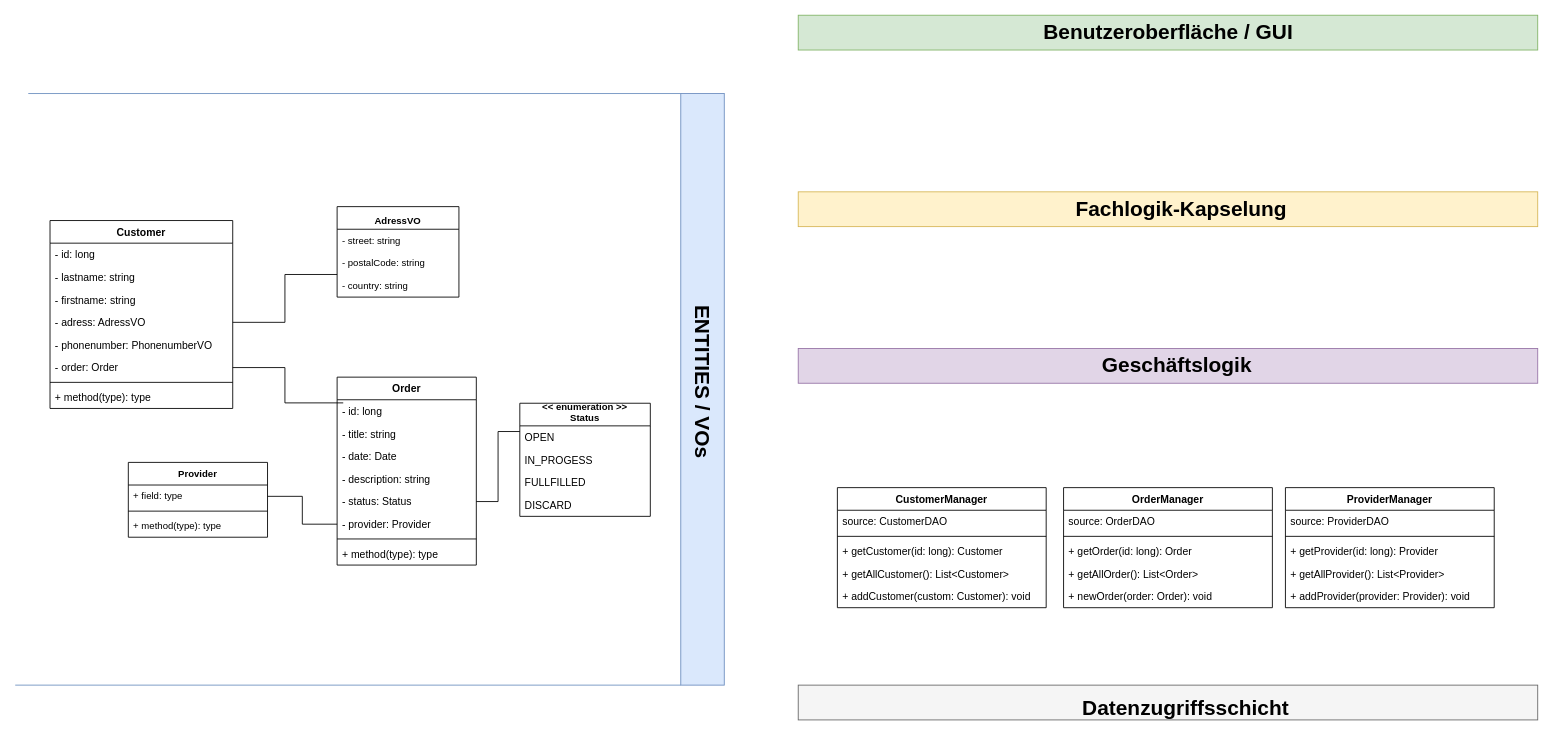
gl0bix/de.itconsult24 keeps this draw.io diagram as UML_DIA.drawio. Above is the earlier version. Source tidied: cells renumbered, new cells numbered last; positions are measured from the earlier drawing's top-left corner, leaving out a move shared by most shapes. Both pictures are drawn from the tidied source at 87%, with x=0, y=0 at pixel (15, 15).
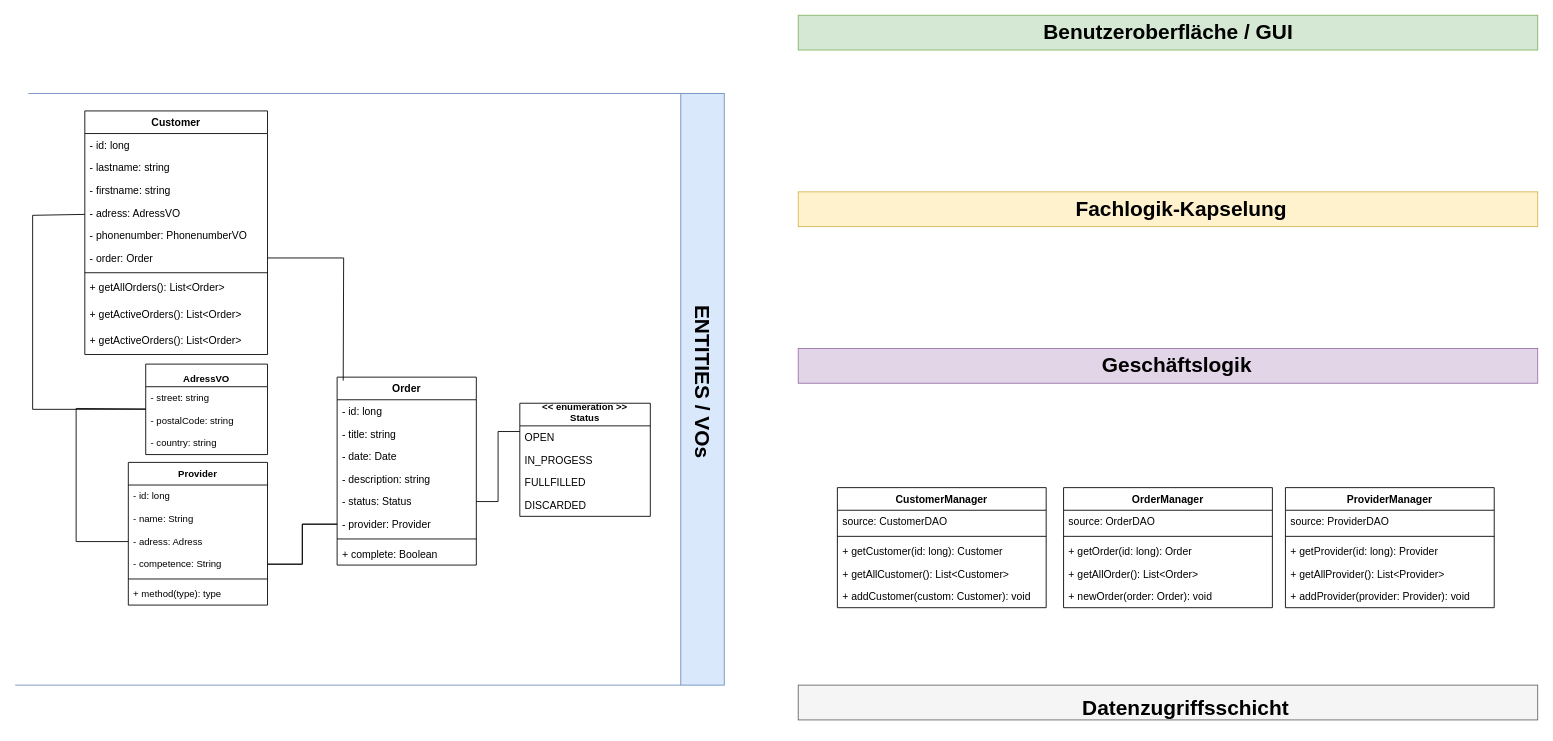
After the change.

Unchanged cells that the change refers to:
```xml
<mxCell id="7" value="- adress: AdressVO" style="text;strokeColor=none;fillColor=none;align=left;verticalAlign=top;spacingLeft=4;spacingRight=4;overflow=hidden;points=[[0,0.5],[1,0.5]];portConstraint=eastwest;" parent="3" vertex="1">
  <mxGeometry y="104" width="210" height="26" as="geometry" />
</mxCell>
<mxCell id="9" value="- order: Order&#10;&#10;&#10;" style="text;strokeColor=none;fillColor=none;align=left;verticalAlign=top;spacingLeft=4;spacingRight=4;overflow=hidden;points=[[0,0.5],[1,0.5]];portConstraint=eastwest;" parent="3" vertex="1">
  <mxGeometry y="156" width="210" height="26" as="geometry" />
</mxCell>
<mxCell id="12" value="Order" style="swimlane;fontStyle=1;align=center;verticalAlign=top;horizontal=1;startSize=26;" parent="1" vertex="1">
  <mxGeometry x="370" y="416" width="160" height="216" as="geometry" />
</mxCell>
<mxCell id="18" value="- provider: Provider" style="text;strokeColor=none;fillColor=none;align=left;verticalAlign=top;spacingLeft=4;spacingRight=4;overflow=hidden;points=[[0,0.5],[1,0.5]];portConstraint=eastwest;" parent="12" vertex="1">
  <mxGeometry y="156" width="160" height="26" as="geometry" />
</mxCell>
<mxCell id="21" value="&lt;&lt; enumeration &gt;&gt;&#10;Status" style="swimlane;fontStyle=1;horizontal=1;startSize=26;fillColor=none;verticalAlign=bottom;fontSize=11;" parent="1" vertex="1">
  <mxGeometry x="580" y="446" width="150" height="130" as="geometry" />
</mxCell>
```

Change to the diagram source:
```diff
@@
     <mxCell id="3" value="Customer" style="swimlane;fontStyle=1;align=center;verticalAlign=top;horizontal=1;startSize=26;" parent="1" vertex="1">
-      <mxGeometry x="40" y="236" width="210" height="216" as="geometry" />
+      <mxGeometry x="80" y="110" width="210" height="280" as="geometry" />
     </mxCell>
@@
-    <mxCell id="11" value="+ method(type): type" style="text;strokeColor=none;fillColor=none;align=left;verticalAlign=top;spacingLeft=4;spacingRight=4;overflow=hidden;" parent="3" vertex="1">
-      <mxGeometry y="190" width="210" height="26" as="geometry" />
+    <mxCell id="11" value="+ getAllOrders(): List&lt;Order&gt;&#10;" style="text;strokeColor=none;fillColor=none;align=left;verticalAlign=top;spacingLeft=4;spacingRight=4;overflow=hidden;" parent="3" vertex="1">
+      <mxGeometry y="190" width="210" height="30" as="geometry" />
     </mxCell>
+    <mxCell id="67" value="+ getActiveOrders(): List&lt;Order&gt;" style="text;strokeColor=none;fillColor=none;align=left;verticalAlign=top;spacingLeft=4;spacingRight=4;overflow=hidden;" parent="3" vertex="1">
+      <mxGeometry y="220" width="210" height="30" as="geometry" />
+    </mxCell>
+    <mxCell id="68" value="+ getActiveOrders(): List&lt;Order&gt;" style="text;strokeColor=none;fillColor=none;align=left;verticalAlign=top;spacingLeft=4;spacingRight=4;overflow=hidden;" parent="3" vertex="1">
+      <mxGeometry y="250" width="210" height="30" as="geometry" />
+    </mxCell>
@@
-    <mxCell id="20" value="+ method(type): type" style="text;strokeColor=none;fillColor=none;align=left;verticalAlign=top;spacingLeft=4;spacingRight=4;overflow=hidden;" parent="12" vertex="1">
+    <mxCell id="20" value="+ complete: Boolean" style="text;strokeColor=none;fillColor=none;align=left;verticalAlign=top;spacingLeft=4;spacingRight=4;overflow=hidden;" parent="12" vertex="1">
       <mxGeometry y="190" width="160" height="26" as="geometry" />
     </mxCell>
@@
-    <mxCell id="25" value="DISCARD" style="text;strokeColor=none;fillColor=none;align=left;verticalAlign=top;spacingLeft=4;spacingRight=4;overflow=hidden;" parent="21" vertex="1">
+    <mxCell id="25" value="DISCARDED" style="text;strokeColor=none;fillColor=none;align=left;verticalAlign=top;spacingLeft=4;spacingRight=4;overflow=hidden;" parent="21" vertex="1">
       <mxGeometry y="104" width="150" height="26" as="geometry" />
     </mxCell>
@@
-    <mxCell id="27" style="edgeStyle=orthogonalEdgeStyle;rounded=0;jettySize=auto;html=1;exitX=1;exitY=0.5;exitDx=0;exitDy=0;endArrow=none;endFill=0;strokeColor=default;entryX=0.044;entryY=0.137;entryDx=0;entryDy=0;entryPerimeter=0;" parent="1" edge="1" source="9" target="12">
-      <mxGeometry relative="1" as="geometry" />
+    <mxCell id="27" style="edgeStyle=orthogonalEdgeStyle;rounded=0;jettySize=auto;html=1;exitX=1;exitY=0.5;exitDx=0;exitDy=0;endArrow=none;endFill=0;strokeColor=default;" parent="1" edge="1" source="9">
+      <mxGeometry relative="1" as="geometry">
+        <mxPoint x="377" y="420" as="targetPoint" />
+      </mxGeometry>
     </mxCell>
     <mxCell id="28" value="AdressVO" style="swimlane;fontStyle=1;horizontal=1;startSize=26;fillColor=none;fontSize=11;verticalAlign=bottom;" parent="1" vertex="1">
-      <mxGeometry x="370" y="220" width="140" height="104" as="geometry" />
+      <mxGeometry x="150" y="401" width="140" height="104" as="geometry" />
     </mxCell>
@@
-    <mxCell id="32" style="edgeStyle=orthogonalEdgeStyle;rounded=0;jettySize=auto;html=1;exitX=1;exitY=0.5;exitDx=0;exitDy=0;entryX=0;entryY=0.75;entryDx=0;entryDy=0;fontSize=11;endArrow=none;endFill=0;strokeColor=default;" parent="1" edge="1" source="7" target="28">
-      <mxGeometry relative="1" as="geometry" />
-    </mxCell>
     <mxCell id="33" value="Provider" style="swimlane;fontStyle=1;align=center;verticalAlign=top;horizontal=1;startSize=26;fontSize=11;" parent="1" vertex="1">
-      <mxGeometry x="130" y="514" width="160" height="86" as="geometry" />
+      <mxGeometry x="130" y="514" width="160" height="164" as="geometry" />
     </mxCell>
+    <mxCell id="69" value="- id: long" style="text;strokeColor=none;fillColor=none;align=left;verticalAlign=top;spacingLeft=4;spacingRight=4;overflow=hidden;fontSize=11;" parent="33" vertex="1">
+      <mxGeometry y="26" width="160" height="26" as="geometry" />
+    </mxCell>
+    <mxCell id="70" value="- name: String" style="text;strokeColor=none;fillColor=none;align=left;verticalAlign=top;spacingLeft=4;spacingRight=4;overflow=hidden;fontSize=11;" parent="33" vertex="1">
+      <mxGeometry y="52" width="160" height="26" as="geometry" />
+    </mxCell>
+    <mxCell id="71" value="- adress: Adress" style="text;strokeColor=none;fillColor=none;align=left;verticalAlign=top;spacingLeft=4;spacingRight=4;overflow=hidden;points=[[0,0.5],[1,0.5]];portConstraint=eastwest;fontSize=11;" parent="33" vertex="1">
+      <mxGeometry y="78" width="160" height="26" as="geometry" />
+    </mxCell>
-    <mxCell id="34" value="+ field: type" style="text;strokeColor=none;fillColor=none;align=left;verticalAlign=top;spacingLeft=4;spacingRight=4;overflow=hidden;points=[[0,0.5],[1,0.5]];portConstraint=eastwest;fontSize=11;" parent="33" vertex="1">
-      <mxGeometry y="26" width="160" height="26" as="geometry" />
+    <mxCell id="34" value="- competence: String" style="text;strokeColor=none;fillColor=none;align=left;verticalAlign=top;spacingLeft=4;spacingRight=4;overflow=hidden;points=[[0,0.5],[1,0.5]];portConstraint=eastwest;fontSize=11;" parent="33" vertex="1">
+      <mxGeometry y="104" width="160" height="26" as="geometry" />
     </mxCell>
     <mxCell id="35" style="line;strokeWidth=1;fillColor=none;align=left;verticalAlign=middle;spacingTop=-1;spacingLeft=3;spacingRight=3;labelPosition=right;fontSize=11;" parent="33" vertex="1">
-      <mxGeometry y="52" width="160" height="8" as="geometry" />
+      <mxGeometry y="130" width="160" height="8" as="geometry" />
     </mxCell>
     <mxCell id="36" value="+ method(type): type" style="text;strokeColor=none;fillColor=none;align=left;verticalAlign=top;spacingLeft=4;spacingRight=4;overflow=hidden;fontSize=11;" parent="33" vertex="1">
-      <mxGeometry y="60" width="160" height="26" as="geometry" />
+      <mxGeometry y="138" width="160" height="26" as="geometry" />
     </mxCell>
@@
+    <mxCell id="72" style="edgeStyle=orthogonalEdgeStyle;rounded=0;jettySize=auto;html=1;endArrow=none;endFill=0;" parent="1" edge="1" source="34" target="18">
+      <mxGeometry relative="1" as="geometry" />
+    </mxCell>
+    <mxCell id="73" style="endArrow=none;html=1;rounded=0;" parent="1" edge="1" source="28" target="71">
+      <mxGeometry relative="1" as="geometry">
+        <Array as="points">
+          <mxPoint x="70" y="452" />
+          <mxPoint x="70" y="605" />
+        </Array>
+      </mxGeometry>
+    </mxCell>
+    <mxCell id="74" style="endArrow=none;html=1;rounded=0;" parent="1" edge="1" source="28" target="7">
+      <mxGeometry relative="1" as="geometry">
+        <Array as="points">
+          <mxPoint x="20" y="453" />
+          <mxPoint x="20" y="230" />
+        </Array>
+      </mxGeometry>
+    </mxCell>
```
